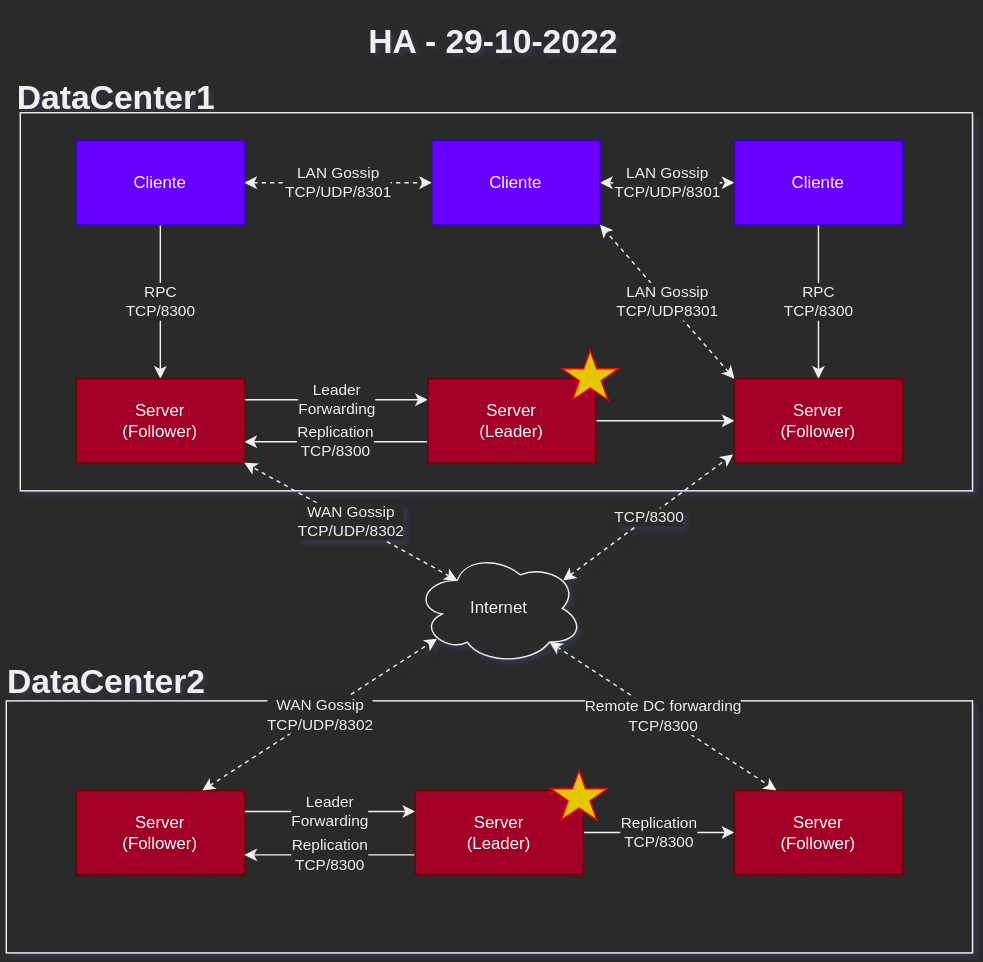
Earlier version of the draw.io export Diagram/HA.svg (pc-aide/consul). Source tidied: cells renumbered, new cells last; positions are measured from the earlier drawing's top-left corner, leaving out a move shared by most shapes.
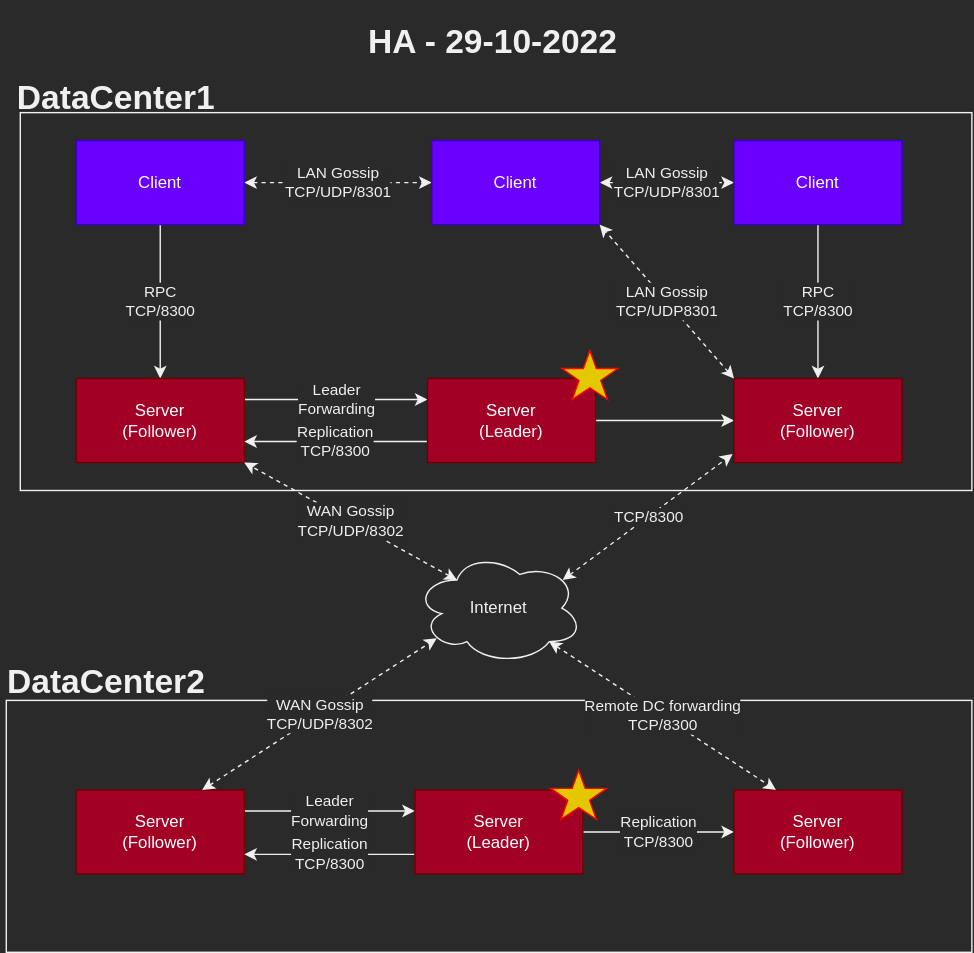
The same diagram one commit later.

Change to the diagram source:
```diff
@@ -14,19 +14,19 @@
     <mxCell id="5" value="LAN Gossip&lt;br&gt;TCP/UDP/8301" style="edgeStyle=orthogonalEdgeStyle;rounded=0;jettySize=auto;html=1;entryX=0;entryY=0.5;entryDx=0;entryDy=0;startArrow=classic;startFill=1;dashed=1;" parent="1" edge="1" source="6" target="8">
       <mxGeometry relative="1" as="geometry" />
     </mxCell>
-    <mxCell id="6" value="Cliente" style="rounded=0;whiteSpace=wrap;html=1;fillColor=#6a00ff;fontColor=#ffffff;strokeColor=#3700CC;" parent="1" vertex="1">
+    <mxCell id="6" value="Client" style="rounded=0;whiteSpace=wrap;html=1;fillColor=#6a00ff;fontColor=#ffffff;strokeColor=#3700CC;" parent="1" vertex="1">
       <mxGeometry x="54" y="90" width="120" height="60" as="geometry" />
     </mxCell>
     <mxCell id="7" value="LAN Gossip&lt;br&gt;TCP/UDP/8301" style="edgeStyle=orthogonalEdgeStyle;rounded=0;jettySize=auto;html=1;entryX=0;entryY=0.5;entryDx=0;entryDy=0;dashed=1;startArrow=classic;startFill=1;" parent="1" edge="1" source="8" target="10">
       <mxGeometry relative="1" as="geometry" />
     </mxCell>
-    <mxCell id="8" value="Cliente" style="rounded=0;whiteSpace=wrap;html=1;fillColor=#6a00ff;fontColor=#ffffff;strokeColor=#3700CC;" parent="1" vertex="1">
+    <mxCell id="8" value="Client" style="rounded=0;whiteSpace=wrap;html=1;fillColor=#6a00ff;fontColor=#ffffff;strokeColor=#3700CC;" parent="1" vertex="1">
       <mxGeometry x="308" y="90" width="120" height="60" as="geometry" />
     </mxCell>
     <mxCell id="9" value="RPC&lt;br&gt;TCP/8300" style="edgeStyle=orthogonalEdgeStyle;rounded=0;jettySize=auto;html=1;entryX=0.5;entryY=0;entryDx=0;entryDy=0;" parent="1" edge="1" source="10" target="16">
       <mxGeometry relative="1" as="geometry" />
     </mxCell>
-    <mxCell id="10" value="Cliente" style="rounded=0;whiteSpace=wrap;html=1;fillColor=#6a00ff;fontColor=#ffffff;strokeColor=#3700CC;" parent="1" vertex="1">
+    <mxCell id="10" value="Client" style="rounded=0;whiteSpace=wrap;html=1;fillColor=#6a00ff;fontColor=#ffffff;strokeColor=#3700CC;" parent="1" vertex="1">
       <mxGeometry x="524" y="90" width="120" height="60" as="geometry" />
     </mxCell>
     <mxCell id="11" value="Leader&lt;br&gt;Forwarding" style="edgeStyle=orthogonalEdgeStyle;rounded=0;jettySize=auto;html=1;entryX=0;entryY=0.25;entryDx=0;entryDy=0;" parent="1" edge="1" source="12" target="15">
```
